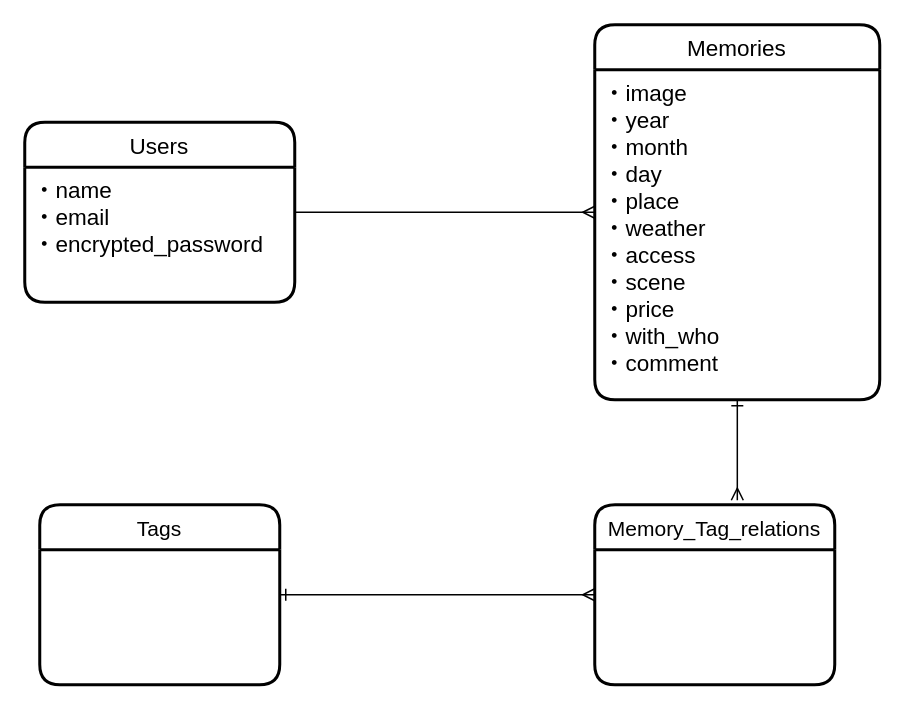
Earlier version of the draw.io diagram er.dio (splashkida/memory-app). Source tidied: cells renumbered, new cells numbered last; positions are measured from the earlier drawing's top-left corner, leaving out a move shared by most shapes. Both pictures are drawn from the tidied source at 150%, with x=0, y=0 at pixel (24, 24).
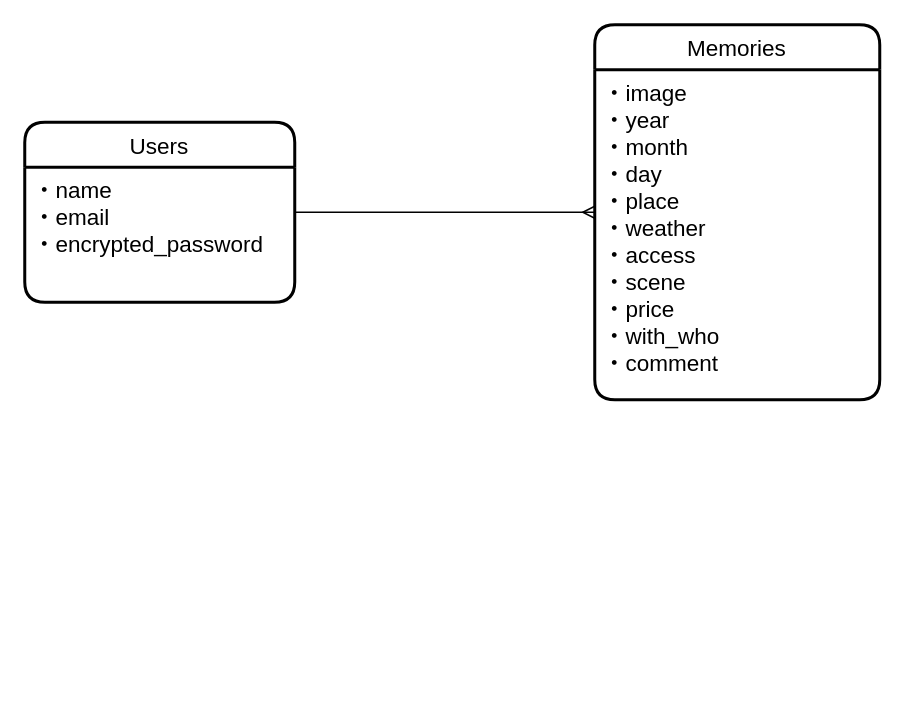
The same diagram, later.

The edit, as a diff of the source:
```diff
@@
 <mxGraphModel>
   <root>
     <mxCell id="0" />
     <mxCell id="1" parent="0" />
     <mxCell id="2" style="edgeStyle=orthogonalEdgeStyle;rounded=0;jettySize=auto;html=1;entryX=0;entryY=0.5;entryDx=0;entryDy=0;endArrow=ERmany;endFill=0;" parent="1" edge="1" source="3" target="6">
       <mxGeometry relative="1" as="geometry" />
     </mxCell>
     <mxCell id="3" value="Users" style="swimlane;horizontal=1;startSize=30;rounded=1;fontSize=15;fontStyle=0;strokeWidth=2;shadow=0;dashed=0;align=center;" parent="1" vertex="1">
       <mxGeometry y="65" width="180" height="120" as="geometry" />
     </mxCell>
     <mxCell id="4" value="・name&#10;・email&#10;・encrypted_password&#10;" style="align=left;strokeColor=none;fillColor=none;spacingLeft=4;fontSize=15;verticalAlign=top;" parent="3" vertex="1">
       <mxGeometry y="30" width="180" height="90" as="geometry" />
     </mxCell>
-    <mxCell id="5" style="edgeStyle=orthogonalEdgeStyle;rounded=0;jettySize=auto;html=1;entryX=0.594;entryY=-0.025;entryDx=0;entryDy=0;entryPerimeter=0;startArrow=ERone;startFill=0;endArrow=ERmany;endFill=0;fontSize=15;" parent="1" edge="1" source="6" target="10">
-      <mxGeometry relative="1" as="geometry" />
-    </mxCell>
     <mxCell id="6" value="Memories" style="swimlane;horizontal=1;startSize=30;rounded=1;fontSize=15;fontStyle=0;strokeWidth=2;shadow=0;dashed=0;align=center;" parent="1" vertex="1">
       <mxGeometry x="380" width="190" height="250" as="geometry" />
     </mxCell>
     <mxCell id="7" value="・image&#10;・year&#10;・month&#10;・day&#10;・place&#10;・weather&#10;・access&#10;・scene&#10;・price&#10;・with_who&#10;・comment&#10;&#10;" style="align=left;strokeColor=none;fillColor=none;spacingLeft=4;fontSize=15;verticalAlign=top;" parent="6" vertex="1">
       <mxGeometry y="30" width="190" height="220" as="geometry" />
     </mxCell>
-    <mxCell id="8" style="edgeStyle=orthogonalEdgeStyle;rounded=0;jettySize=auto;html=1;endArrow=ERmany;endFill=0;fontSize=15;entryX=0;entryY=0.5;entryDx=0;entryDy=0;startArrow=ERone;startFill=0;" parent="1" edge="1" source="9" target="10">
-      <mxGeometry relative="1" as="geometry" />
-    </mxCell>
-    <mxCell id="9" value="Tags" style="swimlane;horizontal=1;startSize=30;rounded=1;fontSize=14;fontStyle=0;strokeWidth=2;shadow=0;dashed=0;align=center;" parent="1" vertex="1">
-      <mxGeometry x="10" y="320" width="160" height="120" as="geometry" />
-    </mxCell>
-    <mxCell id="10" value="Memory_Tag_relations" style="swimlane;horizontal=1;startSize=30;rounded=1;fontSize=14;fontStyle=0;strokeWidth=2;shadow=0;dashed=0;align=center;" parent="1" vertex="1">
-      <mxGeometry x="380" y="320" width="160" height="120" as="geometry" />
-    </mxCell>
   </root>
 </mxGraphModel>
```
